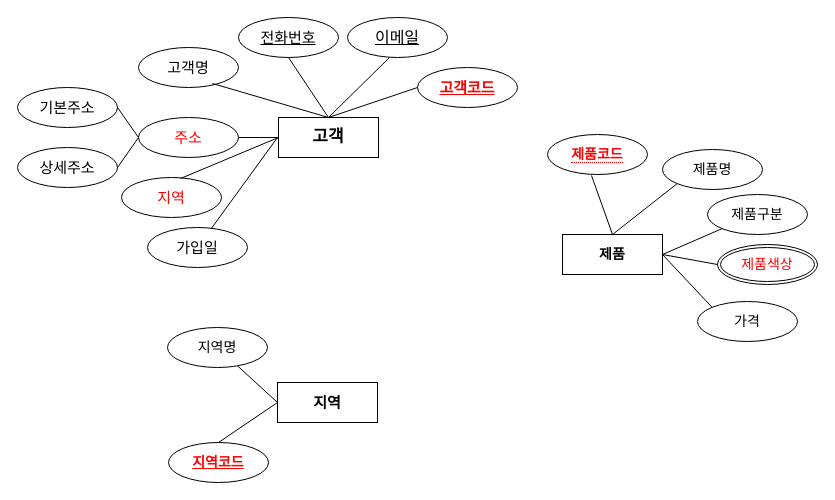
Earlier version of the draw.io diagram page "페이지-1" (1 of 3) of erd.drawio (bitcocom/ai8erd). Source tidied: cells renumbered, new cells numbered last; positions are measured from the earlier drawing's top-left corner, leaving out a move shared by most shapes. Both pictures are drawn from the tidied source at 100%, with x=0, y=0 at pixel (17, 17).
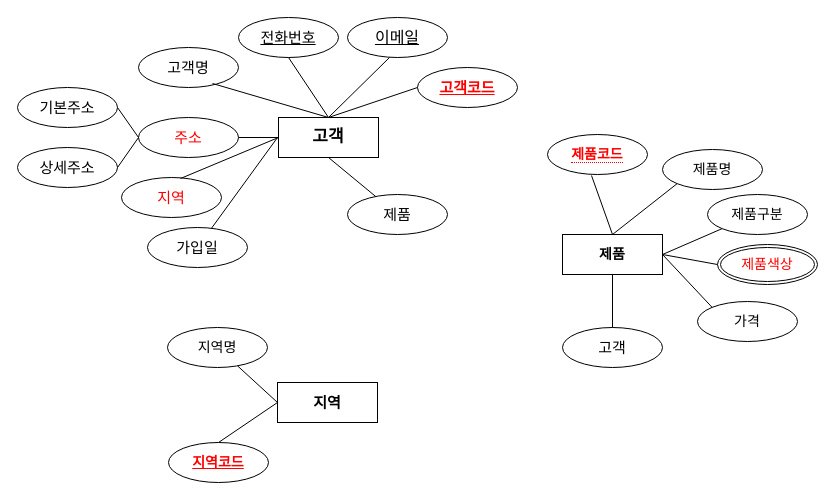
The same page after the edit.

The change refers to these unchanged cells:
```xml
<mxCell id="2" value="고객" style="whiteSpace=wrap;html=1;align=center;fontSize=17;fontStyle=1;" parent="1" vertex="1">
  <mxGeometry x="261" y="100" width="100" height="40" as="geometry" />
</mxCell>
<mxCell id="26" value="제품" style="whiteSpace=wrap;html=1;align=center;fontSize=14;fontStyle=1;" parent="1" vertex="1">
  <mxGeometry x="545" y="217" width="100" height="40" as="geometry" />
</mxCell>
```

What changed in the source:
```diff
@@
+    <mxCell id="38" value="제품" style="ellipse;whiteSpace=wrap;html=1;align=center;fontSize=15;" parent="1" vertex="1">
+      <mxGeometry x="330" y="177" width="100" height="40" as="geometry" />
+    </mxCell>
+    <mxCell id="39" style="endArrow=none;html=1;rounded=0;entryX=0.5;entryY=1;entryDx=0;entryDy=0;" parent="1" edge="1" source="38" target="2">
+      <mxGeometry relative="1" as="geometry" />
+    </mxCell>
+    <mxCell id="40" value="고객" style="ellipse;whiteSpace=wrap;html=1;align=center;fontSize=15;" parent="1" vertex="1">
+      <mxGeometry x="545" y="310" width="100" height="40" as="geometry" />
+    </mxCell>
+    <mxCell id="41" style="endArrow=none;html=1;rounded=0;entryX=0.5;entryY=0;entryDx=0;entryDy=0;exitX=0.5;exitY=1;exitDx=0;exitDy=0;" parent="1" edge="1" source="26" target="40">
+      <mxGeometry relative="1" as="geometry" />
+    </mxCell>
```
